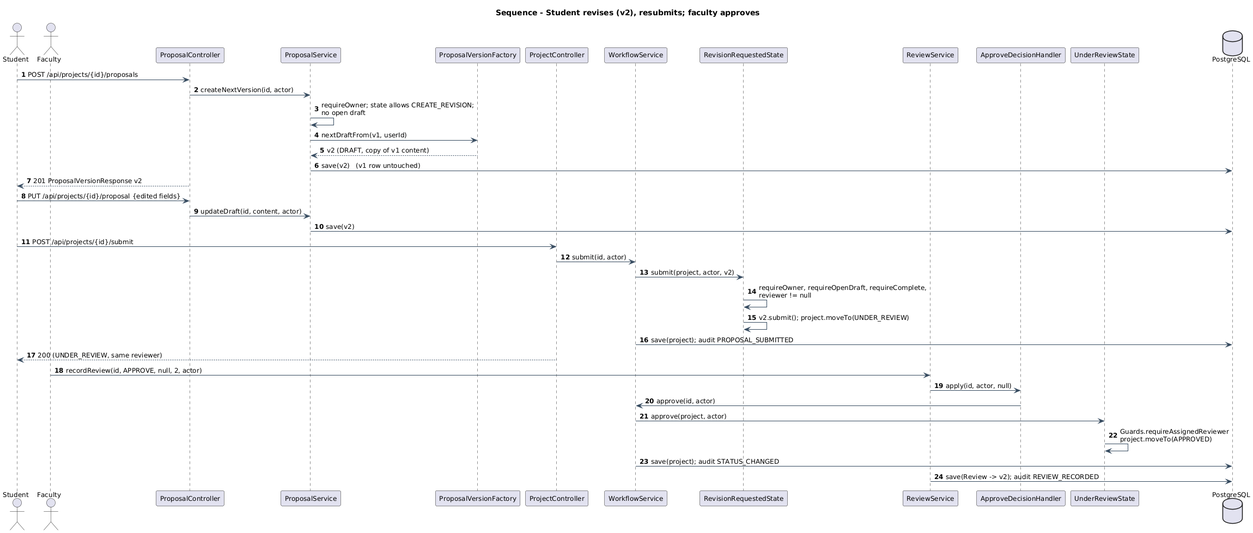
Earlier version of the PlantUML export docs/uml/png/07_seq_resubmit_approve.png (udita-0707/Prastaav).
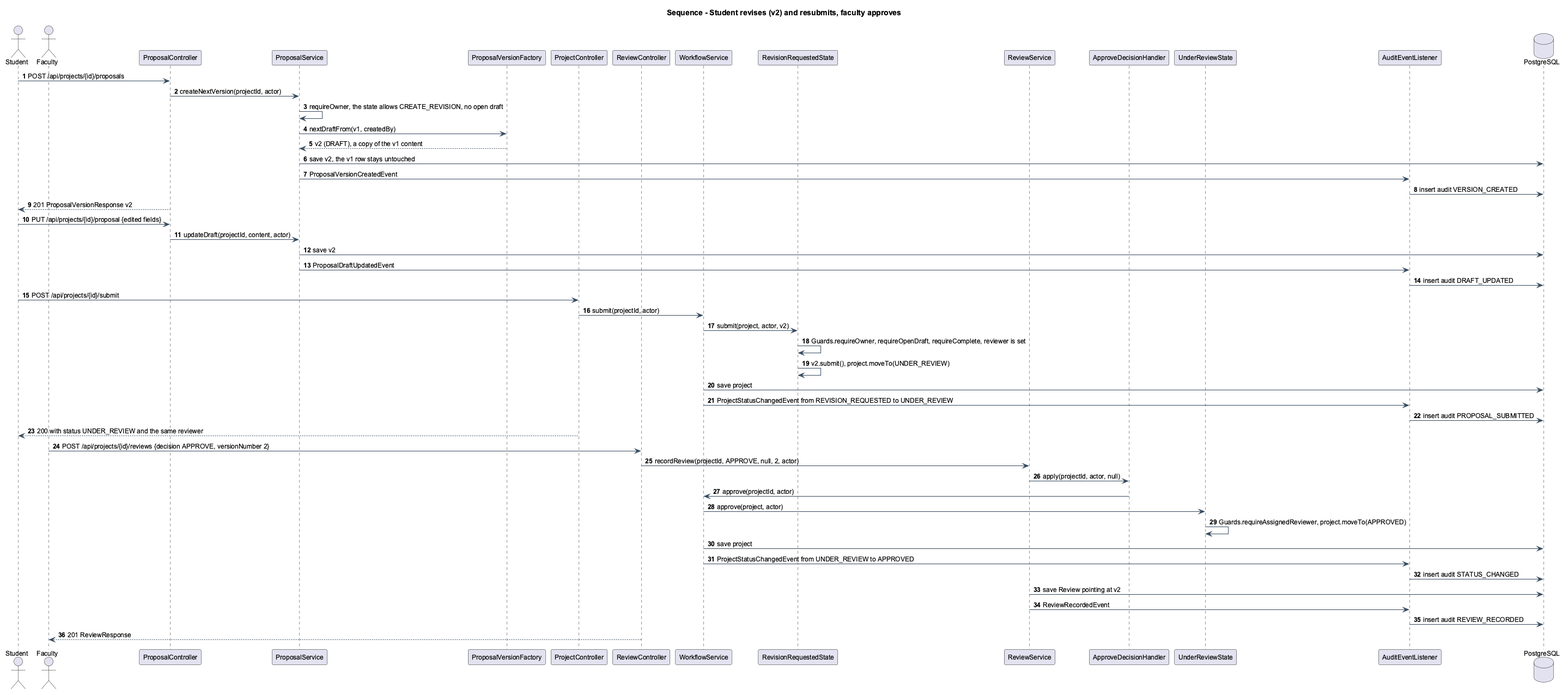
Above is the later version.

Change to the diagram source:
```diff
@@ -1,6 +1,7 @@
 @startuml 07_seq_resubmit_approve
+!pragma layout smetana
 !include _style.iuml
-title Sequence - Student revises (v2), resubmits; faculty approves
+title Sequence - Student revises (v2) and resubmits, faculty approves
 autonumber
 actor Student
 actor Faculty
@@ -8,38 +9,49 @@
 participant "ProposalService" as PRS
 participant "ProposalVersionFactory" as PVF
 participant "ProjectController" as PC
+participant "ReviewController" as RC
 participant "WorkflowService" as WS
 participant "RevisionRequestedState" as RRS
 participant "ReviewService" as RS
 participant "ApproveDecisionHandler" as AH
 participant "UnderReviewState" as URS
+participant "AuditEventListener" as AEL
 database PostgreSQL as DB
 
 Student -> PRC : POST /api/projects/{id}/proposals
-PRC -> PRS : createNextVersion(id, actor)
-PRS -> PRS : requireOwner; state allows CREATE_REVISION;\nno open draft
-PRS -> PVF : nextDraftFrom(v1, userId)
-PVF --> PRS : v2 (DRAFT, copy of v1 content)
-PRS -> DB : save(v2)   (v1 row untouched)
+PRC -> PRS : createNextVersion(projectId, actor)
+PRS -> PRS : requireOwner, the state allows CREATE_REVISION, no open draft
+PRS -> PVF : nextDraftFrom(v1, createdBy)
+PVF --> PRS : v2 (DRAFT), a copy of the v1 content
+PRS -> DB : save v2, the v1 row stays untouched
+PRS -> AEL : ProposalVersionCreatedEvent
+AEL -> DB : insert audit VERSION_CREATED
 PRC --> Student : 201 ProposalVersionResponse v2
-
 Student -> PRC : PUT /api/projects/{id}/proposal {edited fields}
-PRC -> PRS : updateDraft(id, content, actor)
-PRS -> DB : save(v2)
-
+PRC -> PRS : updateDraft(projectId, content, actor)
+PRS -> DB : save v2
+PRS -> AEL : ProposalDraftUpdatedEvent
+AEL -> DB : insert audit DRAFT_UPDATED
 Student -> PC : POST /api/projects/{id}/submit
-PC -> WS : submit(id, actor)
+PC -> WS : submit(projectId, actor)
 WS -> RRS : submit(project, actor, v2)
-RRS -> RRS : requireOwner, requireOpenDraft, requireComplete,\nreviewer != null
-RRS -> RRS : v2.submit(); project.moveTo(UNDER_REVIEW)
-WS -> DB : save(project); audit PROPOSAL_SUBMITTED
-PC --> Student : 200 (UNDER_REVIEW, same reviewer)
-
-Faculty -> RS : recordReview(id, APPROVE, null, 2, actor)
-RS -> AH : apply(id, actor, null)
-AH -> WS : approve(id, actor)
+RRS -> RRS : Guards.requireOwner, requireOpenDraft, requireComplete, reviewer is set
+RRS -> RRS : v2.submit(), project.moveTo(UNDER_REVIEW)
+WS -> DB : save project
+WS -> AEL : ProjectStatusChangedEvent from REVISION_REQUESTED to UNDER_REVIEW
+AEL -> DB : insert audit PROPOSAL_SUBMITTED
+PC --> Student : 200 with status UNDER_REVIEW and the same reviewer
+Faculty -> RC : POST /api/projects/{id}/reviews {decision APPROVE, versionNumber 2}
+RC -> RS : recordReview(projectId, APPROVE, null, 2, actor)
+RS -> AH : apply(projectId, actor, null)
+AH -> WS : approve(projectId, actor)
 WS -> URS : approve(project, actor)
-URS -> URS : Guards.requireAssignedReviewer\nproject.moveTo(APPROVED)
-WS -> DB : save(project); audit STATUS_CHANGED
-RS -> DB : save(Review -> v2); audit REVIEW_RECORDED
+URS -> URS : Guards.requireAssignedReviewer, project.moveTo(APPROVED)
+WS -> DB : save project
+WS -> AEL : ProjectStatusChangedEvent from UNDER_REVIEW to APPROVED
+AEL -> DB : insert audit STATUS_CHANGED
+RS -> DB : save Review pointing at v2
+RS -> AEL : ReviewRecordedEvent
+AEL -> DB : insert audit REVIEW_RECORDED
+RC --> Faculty : 201 ReviewResponse
 @enduml
```
